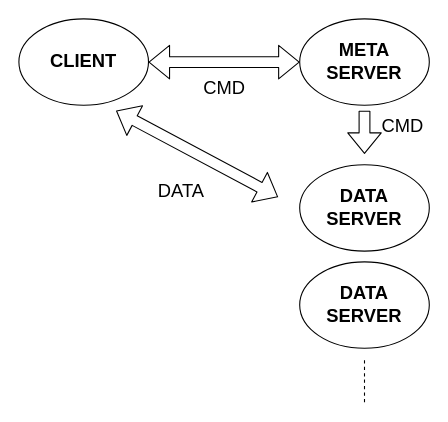
Before: diagrams/architettura/5.drawio in ale99WGiais/tesina_iot, a draw.io diagram. Source tidied: cells renumbered, new cells numbered last; positions are measured from the earlier drawing's top-left corner, leaving out a move shared by most shapes. Both pictures are drawn from the tidied source at 108%, with x=0, y=0 at pixel (18, 18).
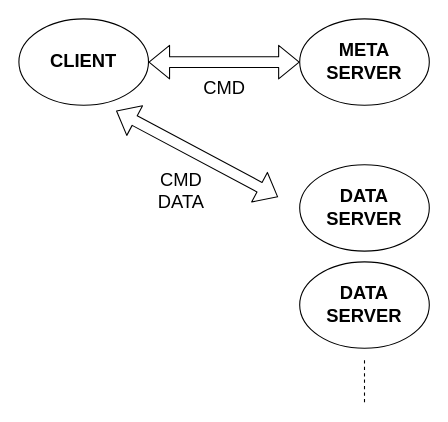
After the change.

The edit, as a diff of the source:
```diff
@@
 <mxGraphModel>
   <root>
     <mxCell id="0" />
     <mxCell id="1" parent="0" />
     <mxCell id="2" value="CLIENT" style="ellipse;whiteSpace=wrap;html=1;fontStyle=1;fontSize=17;" parent="1" vertex="1">
       <mxGeometry width="120" height="80" as="geometry" />
     </mxCell>
     <mxCell id="3" value="META SERVER" style="ellipse;whiteSpace=wrap;html=1;fontStyle=1;fontSize=17;" parent="1" vertex="1">
       <mxGeometry x="260" width="120" height="80" as="geometry" />
     </mxCell>
     <mxCell id="4" value="CMD" style="text;html=1;align=center;verticalAlign=middle;fontSize=17;" parent="1" vertex="1">
       <mxGeometry x="165" y="50" width="50" height="30" as="geometry" />
     </mxCell>
     <mxCell id="5" style="shape=flexArrow;endArrow=classic;startArrow=classic;html=1;fontSize=17;exitX=1;exitY=0.5;exitDx=0;exitDy=0;entryX=0;entryY=0.5;entryDx=0;entryDy=0;" parent="1" edge="1" source="2" target="3">
       <mxGeometry relative="1" as="geometry" />
     </mxCell>
     <mxCell id="6" value="DATA SERVER" style="ellipse;whiteSpace=wrap;html=1;fontStyle=1;fontSize=17;" parent="1" vertex="1">
       <mxGeometry x="260" y="135" width="120" height="80" as="geometry" />
     </mxCell>
     <mxCell id="7" value="DATA SERVER" style="ellipse;whiteSpace=wrap;html=1;fontStyle=1;fontSize=17;" parent="1" vertex="1">
       <mxGeometry x="260" y="225" width="120" height="80" as="geometry" />
     </mxCell>
     <mxCell id="8" style="endArrow=none;dashed=1;html=1;fontSize=17;" parent="1" edge="1">
       <mxGeometry relative="1" as="geometry">
         <mxPoint x="320" y="355" as="sourcePoint" />
         <mxPoint x="320" y="315" as="targetPoint" />
       </mxGeometry>
     </mxCell>
     <mxCell id="9" style="shape=flexArrow;endArrow=classic;startArrow=classic;html=1;fontSize=17;" parent="1" edge="1">
       <mxGeometry relative="1" as="geometry">
         <mxPoint x="90" y="85" as="sourcePoint" />
         <mxPoint x="240" y="165" as="targetPoint" />
       </mxGeometry>
     </mxCell>
-    <mxCell id="10" value="DATA" style="text;html=1;align=center;verticalAlign=middle;fontSize=17;" parent="1" vertex="1">
-      <mxGeometry x="120" y="145" width="60" height="30" as="geometry" />
+    <mxCell id="10" value="CMD&lt;br&gt;DATA" style="text;html=1;align=center;verticalAlign=middle;fontSize=17;" parent="1" vertex="1">
+      <mxGeometry x="120" y="135" width="60" height="50" as="geometry" />
     </mxCell>
-    <mxCell id="11" style="shape=flexArrow;endArrow=classic;html=1;fontSize=17;" parent="1" edge="1">
-      <mxGeometry relative="1" as="geometry">
-        <mxPoint x="320" y="85" as="sourcePoint" />
-        <mxPoint x="320" y="125" as="targetPoint" />
-      </mxGeometry>
-    </mxCell>
-    <mxCell id="12" value="CMD" style="text;html=1;align=center;verticalAlign=middle;fontSize=17;" parent="1" vertex="1">
-      <mxGeometry x="330" y="85" width="50" height="30" as="geometry" />
-    </mxCell>
   </root>
 </mxGraphModel>
```
